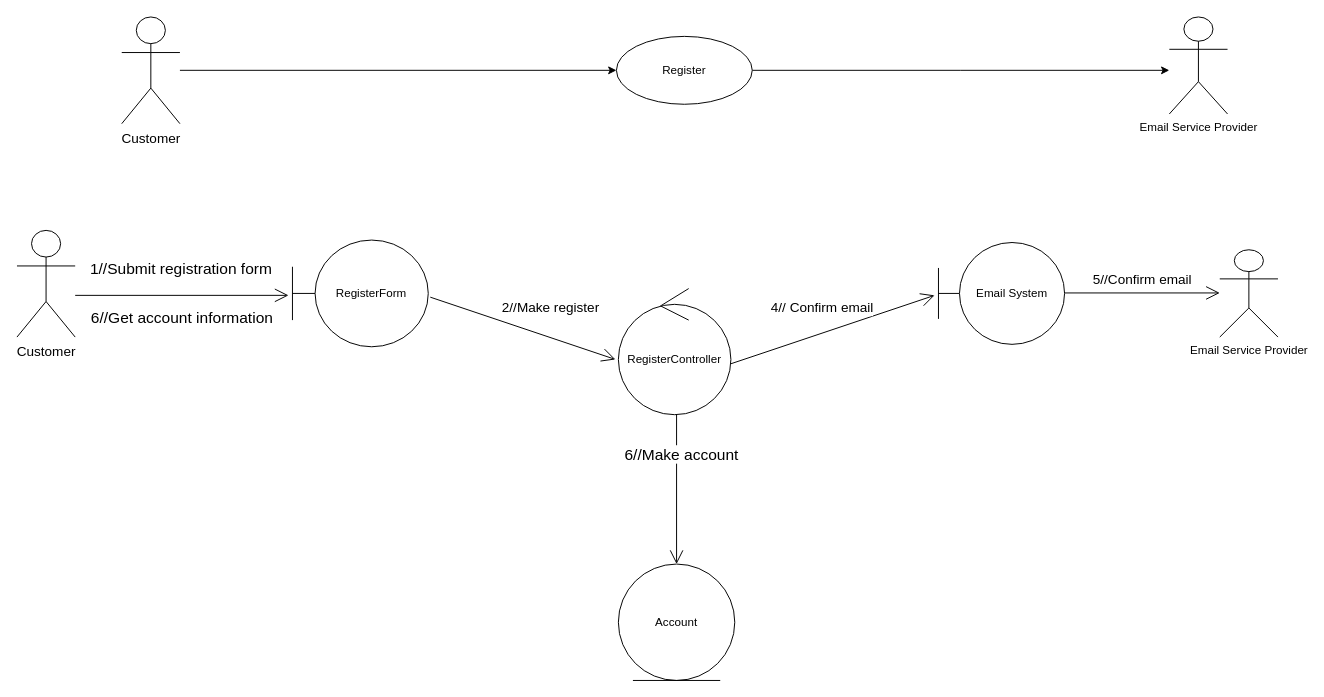
The draw.io diagram page "CLB-Register" (2 of 3) of ProjectProcesses/HostDog_6UML/UML.drawio in Hostdogs/Project_Hostdog, before the edit. Source tidied: cells renumbered, new cells numbered last; positions are measured from the earlier drawing's top-left corner, leaving out a move shared by most shapes. Both pictures are drawn from the tidied source at 97%, with x=0, y=0 at pixel (16, 16).
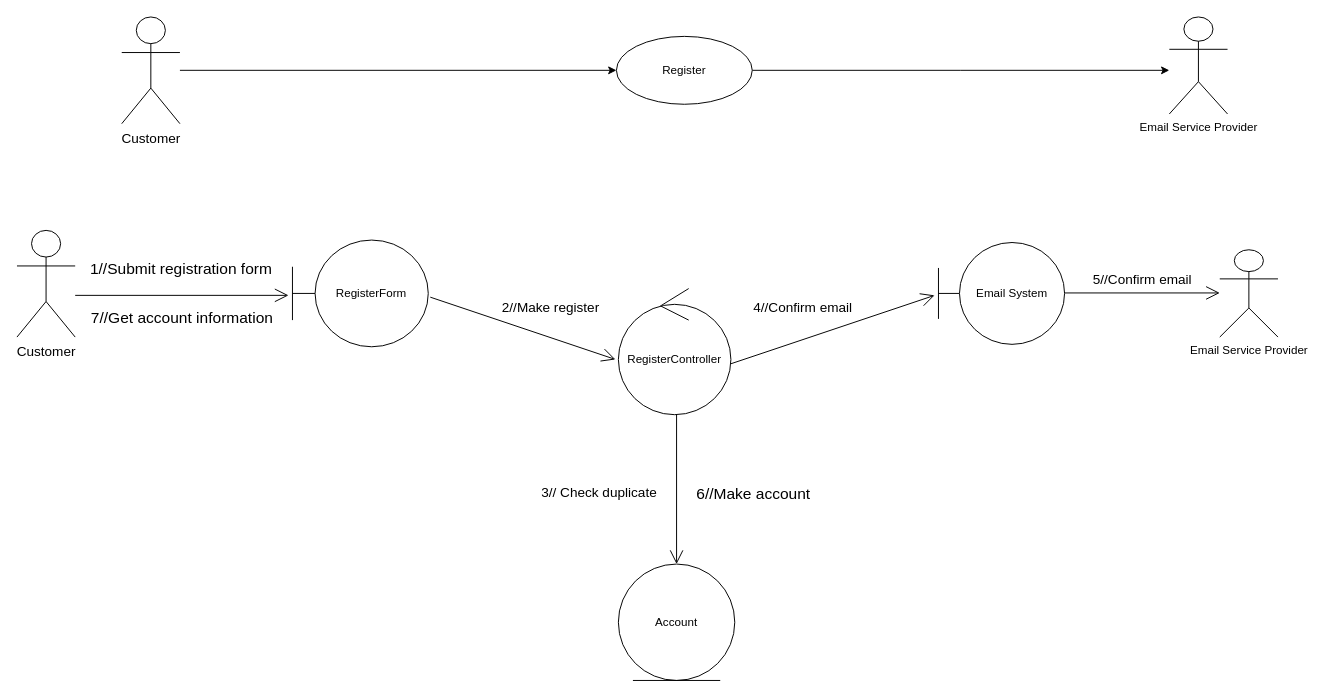
After the change.

Unchanged cells that the change refers to:
```xml
<mxCell id="5" value="RegisterController" style="ellipse;shape=umlControl;whiteSpace=wrap;html=1;" parent="1" vertex="1">
  <mxGeometry x="620" y="280" width="116" height="130" as="geometry" />
</mxCell>
<mxCell id="11" value="Email System" style="shape=umlBoundary;whiteSpace=wrap;html=1;" parent="1" vertex="1">
  <mxGeometry x="950" y="232.5" width="130" height="105" as="geometry" />
</mxCell>
<mxCell id="14" style="endArrow=open;endFill=1;endSize=12;html=1;entryX=-0.029;entryY=0.518;entryDx=0;entryDy=0;entryPerimeter=0;" parent="1" edge="1" target="4">
  <mxGeometry relative="1" as="geometry">
    <mxPoint x="60" y="287" as="sourcePoint" />
  </mxGeometry>
</mxCell>
<mxCell id="19" style="endArrow=open;endFill=1;endSize=12;html=1;entryX=0.5;entryY=0;entryDx=0;entryDy=0;" parent="1" edge="1" target="8">
  <mxGeometry relative="1" as="geometry">
    <mxPoint x="680" y="410" as="sourcePoint" />
  </mxGeometry>
</mxCell>
```

What changed in the source:
```diff
@@
-    <mxCell id="13" value="&lt;font style=&quot;font-size: 14px&quot;&gt;4// Confirm email&lt;/font&gt;" style="endArrow=open;endFill=1;endSize=12;html=1;entryX=-0.031;entryY=0.519;entryDx=0;entryDy=0;entryPerimeter=0;exitX=1.001;exitY=0.596;exitDx=0;exitDy=0;exitPerimeter=0;" parent="1" edge="1" source="5" target="11">
-      <mxGeometry x="-0.03" y="25" relative="1" as="geometry" />
+    <mxCell id="13" value="&lt;font style=&quot;font-size: 14px&quot;&gt;3// Check duplicate&lt;/font&gt;" style="endArrow=open;endFill=1;endSize=12;html=1;entryX=-0.031;entryY=0.519;entryDx=0;entryDy=0;entryPerimeter=0;exitX=1.001;exitY=0.596;exitDx=0;exitDy=0;exitPerimeter=0;" parent="1" edge="1" source="5" target="11">
+      <mxGeometry x="-1" y="-190" relative="1" as="geometry">
+        <mxPoint x="-197" y="-48" as="offset" />
+      </mxGeometry>
     </mxCell>
+    <mxCell id="21" value="4//Confirm email" style="edgeLabel;html=1;align=center;verticalAlign=middle;fontSize=14;" parent="13" vertex="1">
+      <mxGeometry x="-0.17" y="2" relative="1" as="geometry">
+        <mxPoint x="-12.7" y="-26.3" as="offset" />
+      </mxGeometry>
+    </mxCell>
@@
-    <mxCell id="16" value="&lt;font style=&quot;font-size: 16px&quot;&gt;6//Get account information&lt;/font&gt;" style="edgeLabel;html=1;align=center;verticalAlign=middle;" parent="14" vertex="1">
+    <mxCell id="16" value="&lt;font style=&quot;font-size: 16px&quot;&gt;7//Get account information&lt;/font&gt;" style="edgeLabel;html=1;align=center;verticalAlign=middle;" parent="14" vertex="1">
       <mxGeometry x="-0.35" y="-1" relative="1" as="geometry">
         <mxPoint x="38.6" y="22" as="offset" />
       </mxGeometry>
     </mxCell>
@@
     <mxCell id="20" value="&lt;font style=&quot;font-size: 16px&quot;&gt;6//Make account&lt;/font&gt;" style="edgeLabel;html=1;align=center;verticalAlign=middle;" parent="19" vertex="1">
-      <mxGeometry x="-0.48" y="4" relative="1" as="geometry" />
+      <mxGeometry x="-0.48" y="4" relative="1" as="geometry">
+        <mxPoint x="74" y="40" as="offset" />
+      </mxGeometry>
     </mxCell>
```
